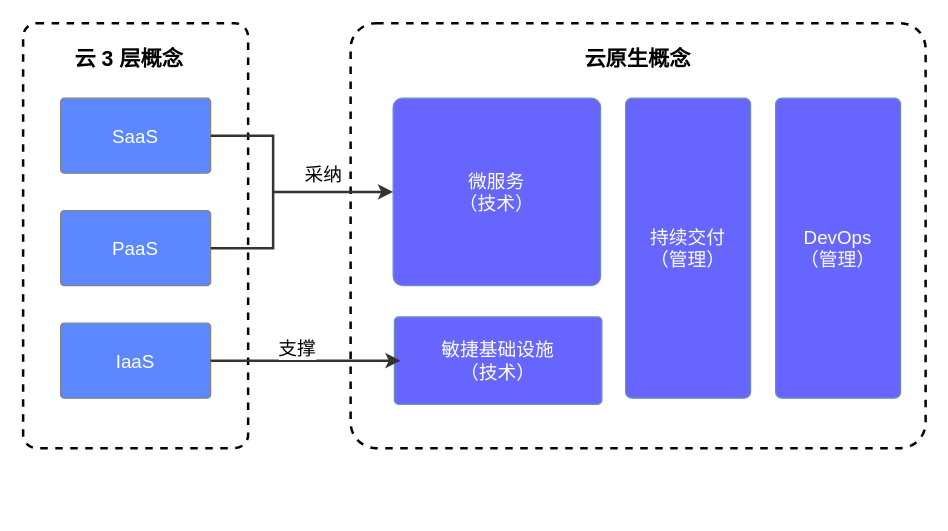
The draw.io diagram 云原生内容.drawio in qozi/diagram, before the edit. Source tidied: cells renumbered, new cells numbered last; positions are measured from the earlier drawing's top-left corner, leaving out a move shared by most shapes. Both pictures are drawn from the tidied source at 125%, with x=0, y=0 at pixel (22, 22).
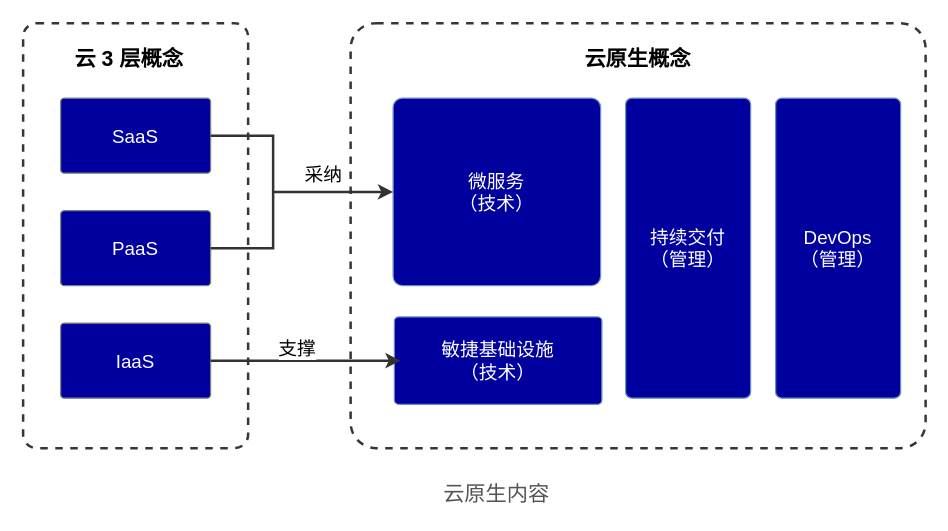
The same diagram, later.

Commit message (it also covers changes not shown here):
更新云原生内容.drawio

What changed in the source:
```diff
@@
-    <mxCell id="2" style="rounded=1;whiteSpace=wrap;html=1;dashed=1;fillColor=none;perimeter=rectanglePerimeter;arcSize=6;strokeWidth=2;" parent="1" vertex="1">
+    <mxCell id="2" style="rounded=1;whiteSpace=wrap;html=1;dashed=1;fillColor=none;perimeter=rectanglePerimeter;arcSize=6;strokeWidth=2;strokeColor=#363636;" parent="1" vertex="1">
       <mxGeometry width="180" height="340" as="geometry" />
     </mxCell>
-    <mxCell id="3" value="SaaS" style="rounded=1;whiteSpace=wrap;html=1;fontColor=#FFFFFF;strokeColor=#828282;arcSize=5;fontSize=15;fillColor=#5C87FF;" parent="1" vertex="1">
+    <mxCell id="3" value="SaaS" style="rounded=1;whiteSpace=wrap;html=1;fontColor=#FFFFFF;strokeColor=#828282;arcSize=5;fontSize=15;fillColor=#00009E;" parent="1" vertex="1">
       <mxGeometry x="30" y="60" width="120" height="60" as="geometry" />
     </mxCell>
@@
-    <mxCell id="5" value="PaaS" style="rounded=1;whiteSpace=wrap;html=1;arcSize=5;strokeColor=#828282;fontSize=15;fillColor=#5C87FF;fontColor=#FFFFFF;" parent="1" vertex="1">
+    <mxCell id="5" value="PaaS" style="rounded=1;whiteSpace=wrap;html=1;arcSize=5;strokeColor=#828282;fontSize=15;fillColor=#00009E;fontColor=#FFFFFF;" parent="1" vertex="1">
       <mxGeometry x="30" y="150" width="120" height="60" as="geometry" />
     </mxCell>
-    <mxCell id="6" value="IaaS" style="rounded=1;whiteSpace=wrap;html=1;arcSize=5;strokeColor=#828282;fontSize=15;fillColor=#5C87FF;fontColor=#FFFFFF;" parent="1" vertex="1">
+    <mxCell id="6" value="IaaS" style="rounded=1;whiteSpace=wrap;html=1;arcSize=5;strokeColor=#828282;fontSize=15;fillColor=#00009E;fontColor=#FFFFFF;" parent="1" vertex="1">
       <mxGeometry x="30" y="240" width="120" height="60" as="geometry" />
     </mxCell>
-    <mxCell id="7" style="rounded=1;whiteSpace=wrap;html=1;dashed=1;fillColor=none;perimeter=rectanglePerimeter;arcSize=6;fontColor=#000000;strokeWidth=2;" parent="1" vertex="1">
+    <mxCell id="7" style="rounded=1;whiteSpace=wrap;html=1;dashed=1;fillColor=none;perimeter=rectanglePerimeter;arcSize=6;fontColor=#000000;strokeWidth=2;strokeColor=#363636;" parent="1" vertex="1">
       <mxGeometry x="262" width="460" height="340" as="geometry" />
     </mxCell>
@@
-    <mxCell id="9" value="&lt;font style=&quot;font-size: 15px&quot;&gt;微服务&lt;br&gt;（技术）&lt;/font&gt;" style="rounded=1;whiteSpace=wrap;html=1;strokeColor=#6c8ebf;arcSize=5;fillColor=#6666FF;fontColor=#FFFFFF;" parent="1" vertex="1">
+    <mxCell id="9" value="&lt;font style=&quot;font-size: 15px&quot;&gt;微服务&lt;br&gt;（技术）&lt;/font&gt;" style="rounded=1;whiteSpace=wrap;html=1;strokeColor=#6c8ebf;arcSize=5;fillColor=#00009E;fontColor=#FFFFFF;" parent="1" vertex="1">
       <mxGeometry x="296" y="60" width="166" height="150" as="geometry" />
     </mxCell>
-    <mxCell id="10" value="敏捷基础设施&lt;br&gt;（技术）" style="rounded=1;whiteSpace=wrap;html=1;arcSize=5;strokeColor=#6c8ebf;fontSize=15;fillColor=#6666FF;fontColor=#FFFFFF;" parent="1" vertex="1">
+    <mxCell id="10" value="敏捷基础设施&lt;br&gt;（技术）" style="rounded=1;whiteSpace=wrap;html=1;arcSize=5;strokeColor=#6c8ebf;fontSize=15;fillColor=#00009E;fontColor=#FFFFFF;" parent="1" vertex="1">
       <mxGeometry x="297" y="235" width="166" height="70" as="geometry" />
     </mxCell>
-    <mxCell id="11" value="持续交付&lt;br&gt;（管理）" style="rounded=1;whiteSpace=wrap;html=1;arcSize=5;strokeColor=#6c8ebf;fontSize=15;fillColor=#6666FF;fontColor=#FFFFFF;" parent="1" vertex="1">
+    <mxCell id="11" value="持续交付&lt;br&gt;（管理）" style="rounded=1;whiteSpace=wrap;html=1;arcSize=5;strokeColor=#6c8ebf;fontSize=15;fillColor=#00009E;fontColor=#FFFFFF;" parent="1" vertex="1">
       <mxGeometry x="482" y="60" width="100" height="240" as="geometry" />
     </mxCell>
-    <mxCell id="12" value="DevOps&lt;br&gt;（管理）" style="rounded=1;whiteSpace=wrap;html=1;arcSize=5;strokeColor=#6c8ebf;fontSize=15;fillColor=#6666FF;fontColor=#FFFFFF;" parent="1" vertex="1">
+    <mxCell id="12" value="DevOps&lt;br&gt;（管理）" style="rounded=1;whiteSpace=wrap;html=1;arcSize=5;strokeColor=#6c8ebf;fontSize=15;fillColor=#00009E;fontColor=#FFFFFF;" parent="1" vertex="1">
       <mxGeometry x="602" y="60" width="100" height="240" as="geometry" />
     </mxCell>
@@
+    <mxCell id="17" value="&lt;font&gt;云原生内容&lt;/font&gt;" style="text;html=1;strokeColor=none;fillColor=none;align=center;verticalAlign=middle;whiteSpace=wrap;rounded=0;dashed=1;fontSize=17;fontColor=#545454;" parent="1" vertex="1">
+      <mxGeometry x="320" y="365" width="118" height="25" as="geometry" />
+    </mxCell>
```
